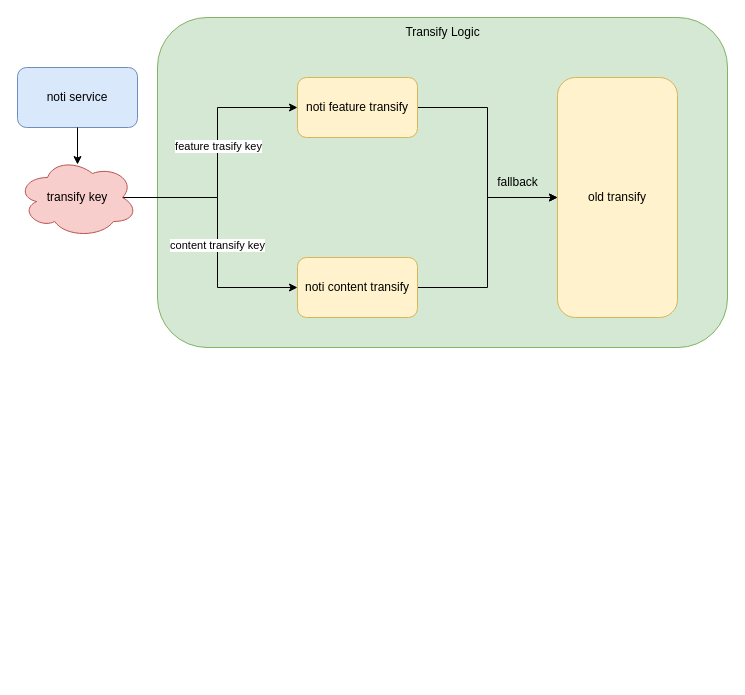
Above: transify.drawio in zzw55486402/20200626 (draw.io), before the change. Source tidied: cells renumbered, new cells numbered last; positions are measured from the earlier drawing's top-left corner, leaving out a move shared by most shapes. Both pictures are drawn from the tidied source at 100%, with x=0, y=0 at pixel (17, 17).
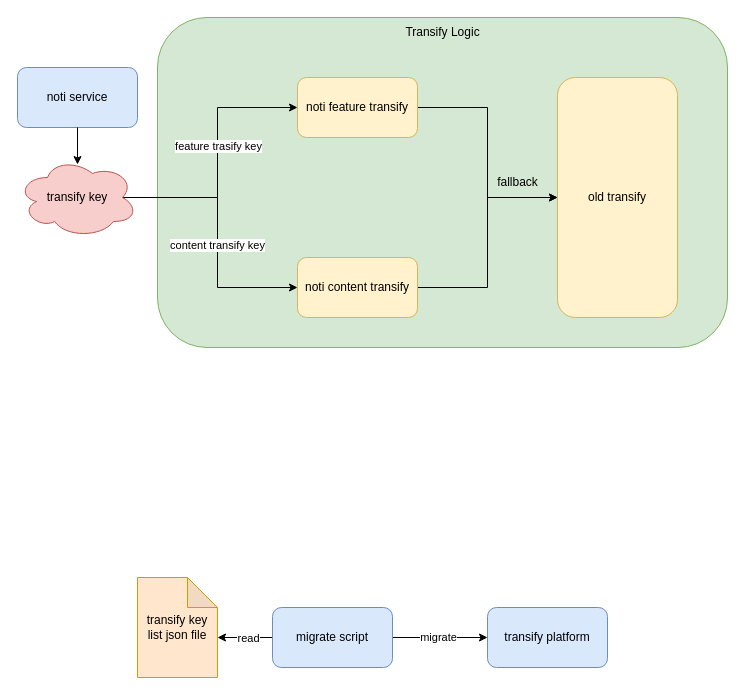
Above is the later version.

What changed in the source:
```diff
@@
+    <mxCell id="17" value="transify key list json file" style="shape=note;whiteSpace=wrap;html=1;backgroundOutline=1;darkOpacity=0.05;fillColor=#ffe6cc;strokeColor=#d79b00;" parent="1" vertex="1">
+      <mxGeometry x="120" y="560" width="80" height="100" as="geometry" />
+    </mxCell>
+    <mxCell id="18" style="edgeStyle=orthogonalEdgeStyle;rounded=0;jettySize=auto;html=1;exitX=0;exitY=0.5;exitDx=0;exitDy=0;" parent="1" edge="1" source="22">
+      <mxGeometry relative="1" as="geometry">
+        <mxPoint x="200" y="620" as="targetPoint" />
+      </mxGeometry>
+    </mxCell>
+    <mxCell id="19" value="read" style="edgeLabel;html=1;align=center;verticalAlign=middle;" parent="18" vertex="1">
+      <mxGeometry x="-0.1" relative="1" as="geometry" />
+    </mxCell>
+    <mxCell id="20" style="edgeStyle=orthogonalEdgeStyle;rounded=0;jettySize=auto;html=1;exitX=1;exitY=0.5;exitDx=0;exitDy=0;entryX=0;entryY=0.5;entryDx=0;entryDy=0;" parent="1" edge="1" source="22" target="23">
+      <mxGeometry relative="1" as="geometry" />
+    </mxCell>
+    <mxCell id="21" value="migrate" style="edgeLabel;html=1;align=center;verticalAlign=middle;" parent="20" vertex="1">
+      <mxGeometry x="-0.05" y="1" relative="1" as="geometry" />
+    </mxCell>
+    <mxCell id="22" value="migrate script" style="rounded=1;whiteSpace=wrap;html=1;fillColor=#dae8fc;strokeColor=#6c8ebf;" parent="1" vertex="1">
+      <mxGeometry x="255" y="590" width="120" height="60" as="geometry" />
+    </mxCell>
+    <mxCell id="23" value="transify platform" style="rounded=1;whiteSpace=wrap;html=1;fillColor=#dae8fc;strokeColor=#6c8ebf;" parent="1" vertex="1">
+      <mxGeometry x="470" y="590" width="120" height="60" as="geometry" />
+    </mxCell>
```
